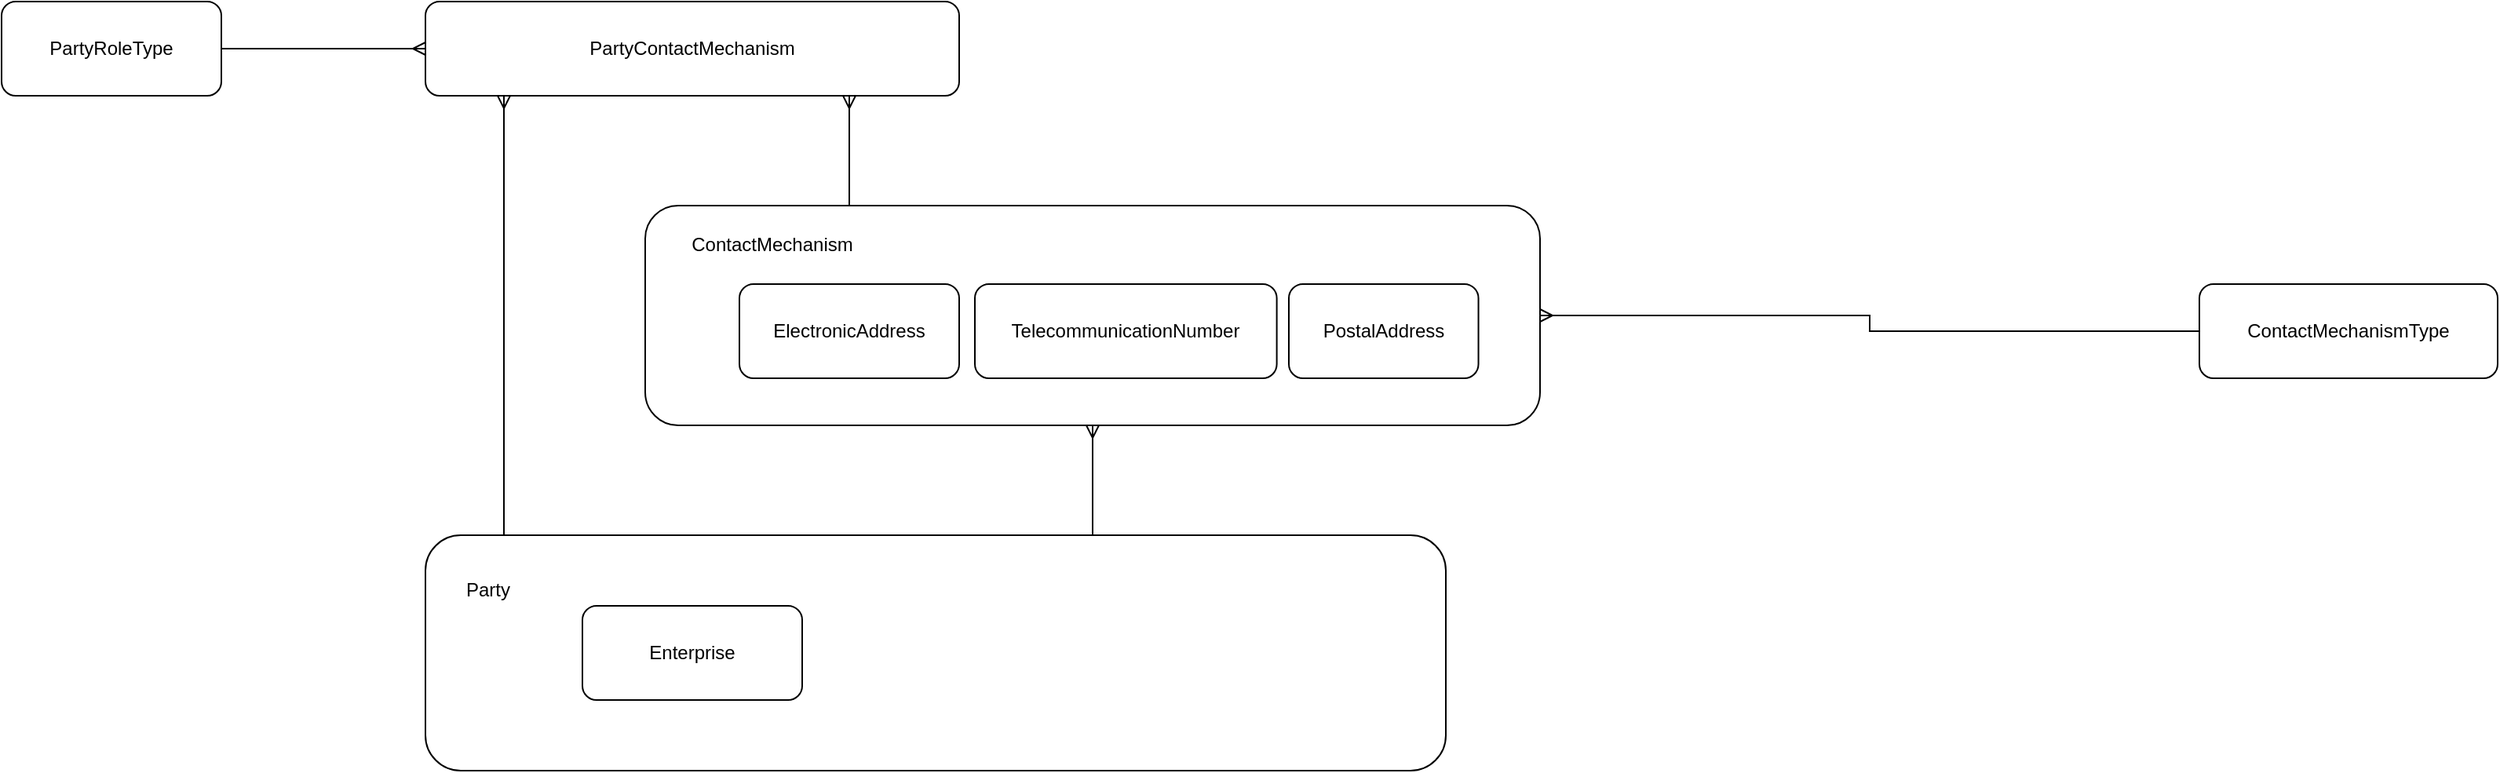
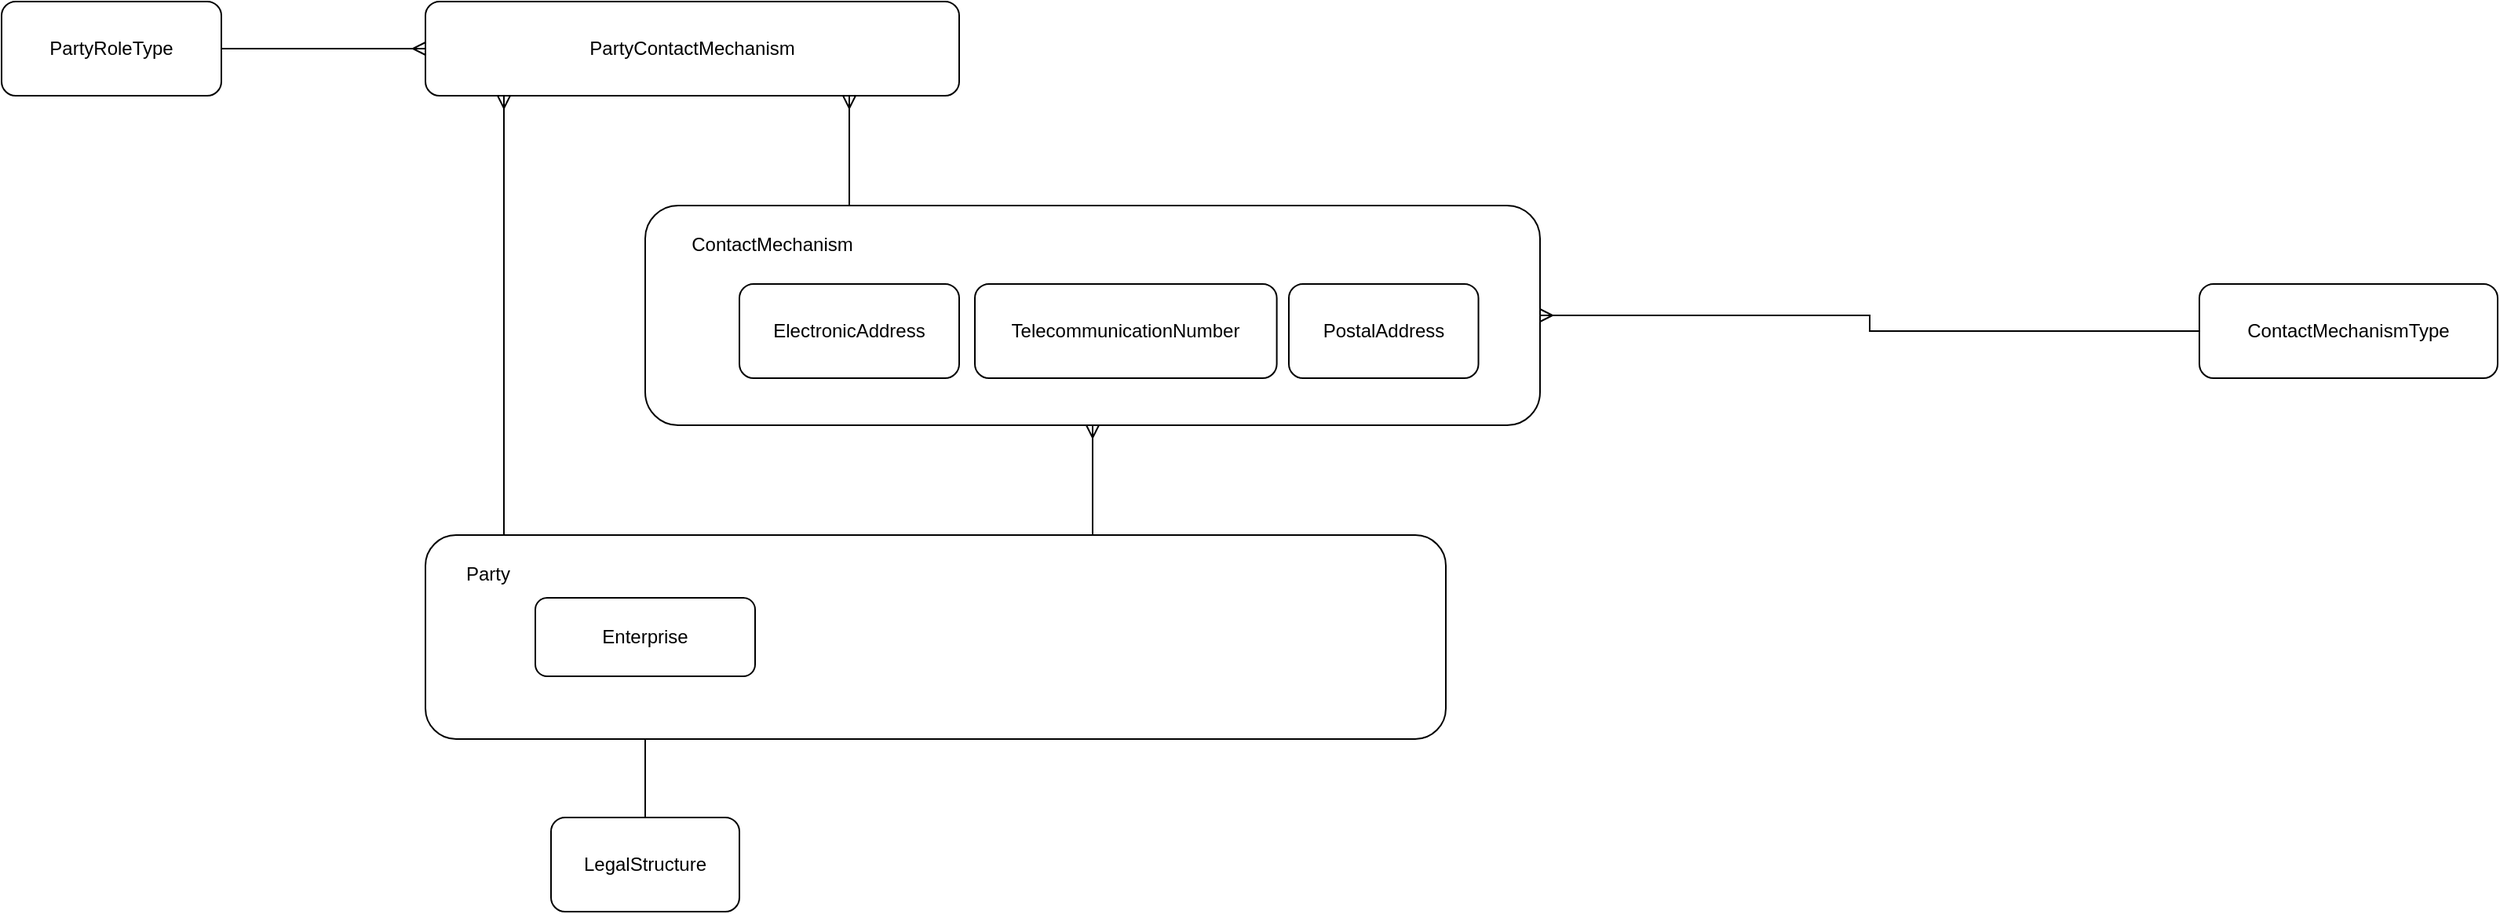
<mxfile host="app.diagrams.net" agent="Mozilla/5.0 (Windows NT 10.0; Win64; x64) AppleWebKit/537.36 (KHTML, like Gecko) Chrome/141.0.0.0 Safari/537.36" version="28.2.9">
  <diagram name="Page-1" id="d0nJ6Fx9cUZLMqGtfM0H">
-     <mxGraphModel dx="2339" dy="889" grid="1" gridSize="10" guides="1" tooltips="1" connect="1" arrows="1" fold="1" page="1" pageScale="1" pageWidth="850" pageHeight="1100" math="0" shadow="0">
+     <mxGraphModel dx="1892" dy="622" grid="1" gridSize="10" guides="1" tooltips="1" connect="1" arrows="1" fold="1" page="1" pageScale="1" pageWidth="850" pageHeight="1100" math="0" shadow="0">
      <root>
        <mxCell id="0" />
        <mxCell id="1" parent="0" />
-         <mxCell id="tdPrWEJd15tEannaNgth-1" value="" style="rounded=1;whiteSpace=wrap;html=1;" vertex="1" parent="1">
-           <mxGeometry x="-120" y="410" width="650" height="150" as="geometry" />
-         </mxCell>
        <mxCell id="tdPrWEJd15tEannaNgth-4" style="edgeStyle=orthogonalEdgeStyle;rounded=0;orthogonalLoop=1;jettySize=auto;html=1;startArrow=ERmany;startFill=0;endArrow=none;endFill=0;" edge="1" parent="1" source="tdPrWEJd15tEannaNgth-2" target="tdPrWEJd15tEannaNgth-3">
          <mxGeometry relative="1" as="geometry" />
        </mxCell>
        <mxCell id="tdPrWEJd15tEannaNgth-3" value="ContactMechanismType" style="rounded=1;whiteSpace=wrap;html=1;" vertex="1" parent="1">
          <mxGeometry x="1010" y="250" width="190" height="60" as="geometry" />
-         </mxCell>
-         <mxCell id="tdPrWEJd15tEannaNgth-9" value="Party" style="text;html=1;whiteSpace=wrap;strokeColor=none;fillColor=none;align=center;verticalAlign=middle;rounded=0;" vertex="1" parent="1">
-           <mxGeometry x="-110" y="430" width="60" height="30" as="geometry" />
        </mxCell>
        <mxCell id="tdPrWEJd15tEannaNgth-13" value="PartyRoleType" style="rounded=1;whiteSpace=wrap;html=1;" vertex="1" parent="1">
          <mxGeometry x="-390" y="70" width="140" height="60" as="geometry" />
        </mxCell>
        <mxCell id="tdPrWEJd15tEannaNgth-14" style="edgeStyle=orthogonalEdgeStyle;rounded=0;orthogonalLoop=1;jettySize=auto;html=1;startArrow=ERmany;startFill=0;endArrow=none;endFill=0;" edge="1" parent="1" source="tdPrWEJd15tEannaNgth-15" target="tdPrWEJd15tEannaNgth-13">
          <mxGeometry relative="1" as="geometry">
            <mxPoint x="730" y="420" as="sourcePoint" />
            <mxPoint x="730" y="340" as="targetPoint" />
          </mxGeometry>
        </mxCell>
        <mxCell id="tdPrWEJd15tEannaNgth-15" value="PartyContactMechanism" style="rounded=1;whiteSpace=wrap;html=1;" vertex="1" parent="1">
          <mxGeometry x="-120" y="70" width="340" height="60" as="geometry" />
-         </mxCell>
-         <mxCell id="tdPrWEJd15tEannaNgth-17" value="Enterprise" style="rounded=1;whiteSpace=wrap;html=1;" vertex="1" parent="1">
-           <mxGeometry x="-20" y="455" width="140" height="60" as="geometry" />
        </mxCell>
        <mxCell id="tdPrWEJd15tEannaNgth-18" style="edgeStyle=orthogonalEdgeStyle;rounded=0;orthogonalLoop=1;jettySize=auto;html=1;startArrow=ERmany;startFill=0;endArrow=none;endFill=0;" edge="1" parent="1" source="tdPrWEJd15tEannaNgth-15" target="tdPrWEJd15tEannaNgth-1">
          <mxGeometry relative="1" as="geometry">
            <mxPoint x="140" y="250" as="sourcePoint" />
            <mxPoint x="-10" y="250" as="targetPoint" />
            <Array as="points">
              <mxPoint x="-70" y="300" />
              <mxPoint x="-70" y="300" />
            </Array>
          </mxGeometry>
        </mxCell>
        <mxCell id="tdPrWEJd15tEannaNgth-19" value="" style="group" vertex="1" connectable="0" parent="1">
          <mxGeometry x="20" y="200" width="570" height="140" as="geometry" />
        </mxCell>
        <mxCell id="tdPrWEJd15tEannaNgth-2" value="" style="rounded=1;whiteSpace=wrap;html=1;" vertex="1" parent="tdPrWEJd15tEannaNgth-19">
          <mxGeometry width="570" height="140" as="geometry" />
        </mxCell>
        <mxCell id="tdPrWEJd15tEannaNgth-5" value="ElectronicAddress" style="rounded=1;whiteSpace=wrap;html=1;" vertex="1" parent="tdPrWEJd15tEannaNgth-19">
          <mxGeometry x="60" y="50" width="140" height="60" as="geometry" />
        </mxCell>
        <mxCell id="tdPrWEJd15tEannaNgth-6" value="TelecommunicationNumber" style="rounded=1;whiteSpace=wrap;html=1;" vertex="1" parent="tdPrWEJd15tEannaNgth-19">
          <mxGeometry x="210" y="50" width="192.31" height="60" as="geometry" />
        </mxCell>
        <mxCell id="tdPrWEJd15tEannaNgth-7" value="ContactMechanism" style="text;html=1;whiteSpace=wrap;strokeColor=none;fillColor=none;align=center;verticalAlign=middle;rounded=0;" vertex="1" parent="tdPrWEJd15tEannaNgth-19">
          <mxGeometry x="30.00230769230768" y="10" width="101.53846153846153" height="30" as="geometry" />
        </mxCell>
        <mxCell id="tdPrWEJd15tEannaNgth-8" value="PostalAddress" style="rounded=1;whiteSpace=wrap;html=1;" vertex="1" parent="tdPrWEJd15tEannaNgth-19">
          <mxGeometry x="410" y="50" width="120.77" height="60" as="geometry" />
        </mxCell>
        <mxCell id="tdPrWEJd15tEannaNgth-20" style="edgeStyle=orthogonalEdgeStyle;rounded=0;orthogonalLoop=1;jettySize=auto;html=1;startArrow=ERmany;startFill=0;endArrow=none;endFill=0;" edge="1" parent="1" source="tdPrWEJd15tEannaNgth-15" target="tdPrWEJd15tEannaNgth-2">
          <mxGeometry relative="1" as="geometry">
            <mxPoint x="370" y="120" as="sourcePoint" />
            <mxPoint x="370" y="430" as="targetPoint" />
            <Array as="points">
              <mxPoint x="150" y="160" />
              <mxPoint x="150" y="160" />
            </Array>
          </mxGeometry>
        </mxCell>
        <mxCell id="tdPrWEJd15tEannaNgth-21" style="edgeStyle=orthogonalEdgeStyle;rounded=0;orthogonalLoop=1;jettySize=auto;html=1;startArrow=ERmany;startFill=0;endArrow=none;endFill=0;" edge="1" parent="1" source="tdPrWEJd15tEannaNgth-2" target="tdPrWEJd15tEannaNgth-1">
          <mxGeometry relative="1" as="geometry">
            <mxPoint x="240" y="400" as="sourcePoint" />
            <mxPoint x="240" y="470" as="targetPoint" />
            <Array as="points">
              <mxPoint x="305" y="420" />
              <mxPoint x="305" y="420" />
            </Array>
          </mxGeometry>
        </mxCell>
+         <mxCell id="tdPrWEJd15tEannaNgth-22" value="LegalStructure" style="rounded=1;whiteSpace=wrap;html=1;" vertex="1" parent="1">
+           <mxGeometry x="-40" y="590" width="120" height="60" as="geometry" />
+         </mxCell>
+         <mxCell id="tdPrWEJd15tEannaNgth-23" style="edgeStyle=orthogonalEdgeStyle;rounded=0;orthogonalLoop=1;jettySize=auto;html=1;startArrow=ERmany;startFill=0;endArrow=none;endFill=0;" edge="1" parent="1" source="tdPrWEJd15tEannaNgth-17" target="tdPrWEJd15tEannaNgth-22">
+           <mxGeometry relative="1" as="geometry">
+             <mxPoint x="270" y="690" as="sourcePoint" />
+             <mxPoint x="270" y="760" as="targetPoint" />
+             <Array as="points">
+               <mxPoint x="20" y="540" />
+               <mxPoint x="20" y="540" />
+             </Array>
+           </mxGeometry>
+         </mxCell>
+         <mxCell id="tdPrWEJd15tEannaNgth-25" value="" style="group" vertex="1" connectable="0" parent="1">
+           <mxGeometry x="-120" y="410" width="650" height="130" as="geometry" />
+         </mxCell>
+         <mxCell id="tdPrWEJd15tEannaNgth-1" value="" style="rounded=1;whiteSpace=wrap;html=1;" vertex="1" parent="tdPrWEJd15tEannaNgth-25">
+           <mxGeometry width="650" height="130" as="geometry" />
+         </mxCell>
+         <mxCell id="tdPrWEJd15tEannaNgth-9" value="Party" style="text;html=1;whiteSpace=wrap;strokeColor=none;fillColor=none;align=center;verticalAlign=middle;rounded=0;" vertex="1" parent="tdPrWEJd15tEannaNgth-25">
+           <mxGeometry x="10" y="10" width="60" height="30" as="geometry" />
+         </mxCell>
+         <mxCell id="tdPrWEJd15tEannaNgth-17" value="Enterprise" style="rounded=1;whiteSpace=wrap;html=1;" vertex="1" parent="tdPrWEJd15tEannaNgth-25">
+           <mxGeometry x="70" y="40" width="140" height="50" as="geometry" />
+         </mxCell>
      </root>
    </mxGraphModel>
  </diagram>
</mxfile>
